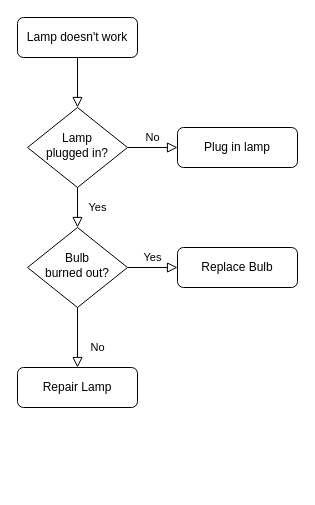
The draw.io diagram Untitled Diagram.drawio in lifefocus79/Project-2-Website, before the edit. Source tidied: cells renumbered, new cells numbered last; positions are measured from the earlier drawing's top-left corner, leaving out a move shared by most shapes. Both pictures are drawn from the tidied source at 100%, with x=0, y=0 at pixel (17, 17).
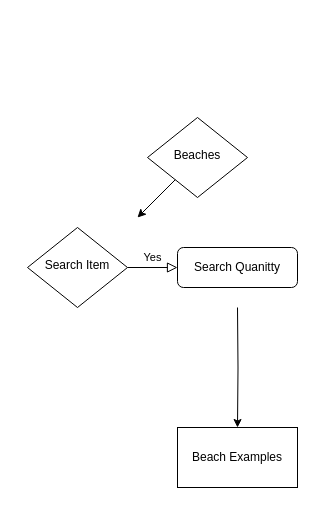
Above is the later version.

The edit, as a diff of the source:
```diff
@@
 <mxGraphModel>
   <root>
     <mxCell id="0" />
     <mxCell id="1" parent="0" />
-    <mxCell id="2" style="rounded=0;html=1;jettySize=auto;fontSize=11;endArrow=block;endFill=0;endSize=8;strokeWidth=1;shadow=0;labelBackgroundColor=none;edgeStyle=orthogonalEdgeStyle;" parent="1" edge="1" source="3" target="6">
-      <mxGeometry relative="1" as="geometry" />
-    </mxCell>
-    <mxCell id="3" value="Lamp doesn't work" style="rounded=1;whiteSpace=wrap;html=1;fontSize=12;glass=0;strokeWidth=1;shadow=0;" parent="1" vertex="1">
-      <mxGeometry width="120" height="40" as="geometry" />
-    </mxCell>
-    <mxCell id="4" value="Yes" style="rounded=0;html=1;jettySize=auto;fontSize=11;endArrow=block;endFill=0;endSize=8;strokeWidth=1;shadow=0;labelBackgroundColor=none;edgeStyle=orthogonalEdgeStyle;" parent="1" edge="1" source="6" target="10">
-      <mxGeometry y="20" relative="1" as="geometry" />
-    </mxCell>
-    <mxCell id="5" value="No" style="edgeStyle=orthogonalEdgeStyle;rounded=0;html=1;jettySize=auto;fontSize=11;endArrow=block;endFill=0;endSize=8;strokeWidth=1;shadow=0;labelBackgroundColor=none;" parent="1" edge="1" source="6" target="7">
-      <mxGeometry y="10" relative="1" as="geometry" />
-    </mxCell>
-    <mxCell id="6" value="Lamp&lt;br&gt;plugged in?" style="rhombus;whiteSpace=wrap;html=1;shadow=0;fontFamily=Helvetica;fontSize=12;align=center;strokeWidth=1;spacing=6;spacingTop=-4;" parent="1" vertex="1">
-      <mxGeometry x="10" y="90" width="100" height="80" as="geometry" />
+    <mxCell id="6" value="Beaches" style="rhombus;whiteSpace=wrap;html=1;shadow=0;fontFamily=Helvetica;fontSize=12;align=center;strokeWidth=1;spacing=6;spacingTop=-4;" parent="1" vertex="1">
+      <mxGeometry x="130" y="100" width="100" height="80" as="geometry" />
     </mxCell>
-    <mxCell id="7" value="Plug in lamp" style="rounded=1;whiteSpace=wrap;html=1;fontSize=12;glass=0;strokeWidth=1;shadow=0;" parent="1" vertex="1">
-      <mxGeometry x="160" y="110" width="120" height="40" as="geometry" />
-    </mxCell>
-    <mxCell id="8" value="No" style="rounded=0;html=1;jettySize=auto;fontSize=11;endArrow=block;endFill=0;endSize=8;strokeWidth=1;shadow=0;labelBackgroundColor=none;edgeStyle=orthogonalEdgeStyle;" parent="1" edge="1" source="10" target="11">
-      <mxGeometry x="0.33" y="20" relative="1" as="geometry" />
-    </mxCell>
     <mxCell id="9" value="Yes" style="edgeStyle=orthogonalEdgeStyle;rounded=0;html=1;jettySize=auto;fontSize=11;endArrow=block;endFill=0;endSize=8;strokeWidth=1;shadow=0;labelBackgroundColor=none;" parent="1" edge="1" source="10" target="12">
       <mxGeometry y="10" relative="1" as="geometry" />
     </mxCell>
-    <mxCell id="10" value="Bulb&lt;br&gt;burned out?" style="rhombus;whiteSpace=wrap;html=1;shadow=0;fontFamily=Helvetica;fontSize=12;align=center;strokeWidth=1;spacing=6;spacingTop=-4;" parent="1" vertex="1">
+    <mxCell id="10" value="Search Item" style="rhombus;whiteSpace=wrap;html=1;shadow=0;fontFamily=Helvetica;fontSize=12;align=center;strokeWidth=1;spacing=6;spacingTop=-4;" parent="1" vertex="1">
       <mxGeometry x="10" y="210" width="100" height="80" as="geometry" />
     </mxCell>
-    <mxCell id="11" value="Repair Lamp" style="rounded=1;whiteSpace=wrap;html=1;fontSize=12;glass=0;strokeWidth=1;shadow=0;" parent="1" vertex="1">
-      <mxGeometry y="350" width="120" height="40" as="geometry" />
-    </mxCell>
-    <mxCell id="12" value="Replace Bulb" style="rounded=1;whiteSpace=wrap;html=1;fontSize=12;glass=0;strokeWidth=1;shadow=0;" parent="1" vertex="1">
+    <mxCell id="12" value="Search Quanitty" style="rounded=1;whiteSpace=wrap;html=1;fontSize=12;glass=0;strokeWidth=1;shadow=0;" parent="1" vertex="1">
       <mxGeometry x="160" y="230" width="120" height="40" as="geometry" />
     </mxCell>
+    <mxCell id="13" style="edgeStyle=orthogonalEdgeStyle;rounded=0;jettySize=auto;html=1;" parent="1" edge="1" target="14">
+      <mxGeometry relative="1" as="geometry">
+        <mxPoint x="220" y="290" as="sourcePoint" />
+      </mxGeometry>
+    </mxCell>
+    <mxCell id="14" value="Beach Examples" style="whiteSpace=wrap;html=1;" parent="1" vertex="1">
+      <mxGeometry x="160" y="410" width="120" height="60" as="geometry" />
+    </mxCell>
+    <mxCell id="15" style="endArrow=classic;html=1;" parent="1" edge="1" source="6">
+      <mxGeometry relative="1" as="geometry">
+        <mxPoint x="120" y="200" as="targetPoint" />
+      </mxGeometry>
+    </mxCell>
   </root>
 </mxGraphModel>
```
